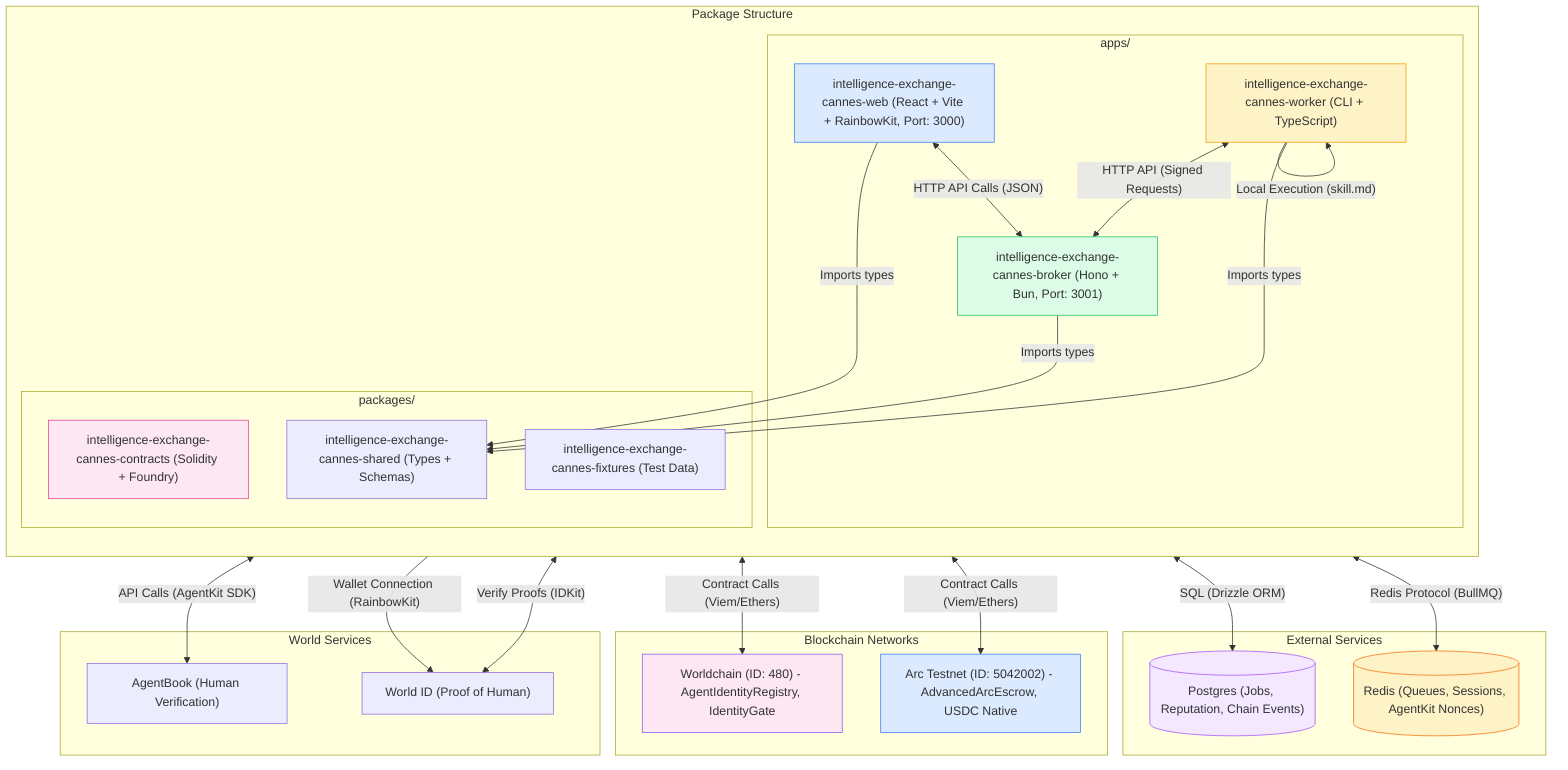
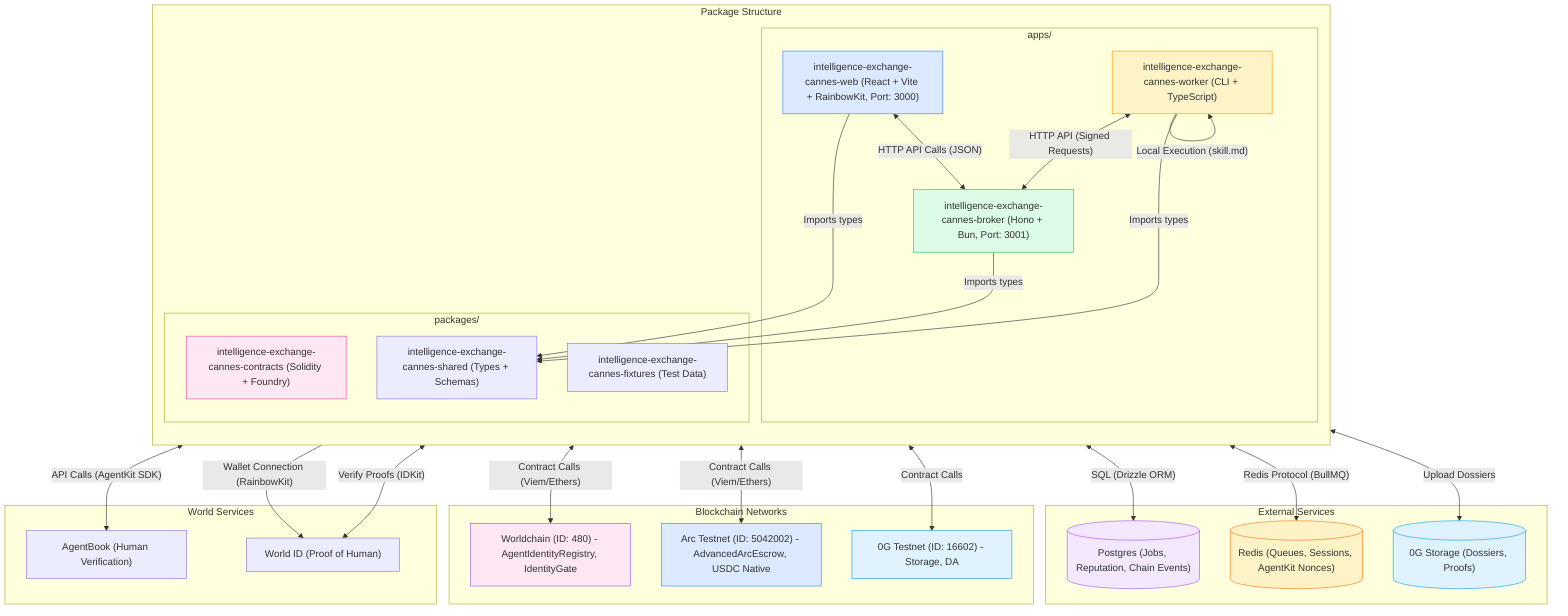
flowchart TB
    subgraph Packages["Package Structure"]
        direction TB

        subgraph Apps["apps/"]
            Web["intelligence-exchange-cannes-web (React + Vite + RainbowKit, Port: 3000)"]
            Broker["intelligence-exchange-cannes-broker (Hono + Bun, Port: 3001)"]
            Worker["intelligence-exchange-cannes-worker (CLI + TypeScript)"]
        end

        subgraph PackagesLib["packages/"]
            Contracts["intelligence-exchange-cannes-contracts (Solidity + Foundry)"]
            Shared["intelligence-exchange-cannes-shared (Types + Schemas)"]
            Fixtures["intelligence-exchange-cannes-fixtures (Test Data)"]
        end
    end

    subgraph External["External Services"]
        Postgres[("Postgres (Jobs, Reputation, Chain Events)")]
        Redis[("Redis (Queues, Sessions, AgentKit Nonces)")]
+         ZeroGStorage[("0G Storage (Dossiers, Proofs)")]
    end

    subgraph Blockchain["Blockchain Networks"]
        Worldchain["Worldchain (ID: 480) - AgentIdentityRegistry, IdentityGate"]
        Arc["Arc Testnet (ID: 5042002) - AdvancedArcEscrow, USDC Native"]
+         ZeroG["0G Testnet (ID: 16602) - Storage, DA"]
    end

    subgraph WorldServices["World Services"]
        AgentBook["AgentBook (Human Verification)"]
        WorldID["World ID (Proof of Human)"]
    end

    Web <-->|"HTTP API Calls (JSON)"| Broker
    Web -->|"Wallet Connection (RainbowKit)"| WorldID

    Worker <-->|"HTTP API (Signed Requests)"| Broker
    Worker -->|"Local Execution (skill.md)"| Worker

    Broker <-->|"SQL (Drizzle ORM)"| Postgres
    Broker <-->|"Redis Protocol (BullMQ)"| Redis
    Broker <-->|"Contract Calls (Viem/Ethers)"| Worldchain
    Broker <-->|"Contract Calls (Viem/Ethers)"| Arc
+     Broker <-->|"Upload Dossiers"| ZeroGStorage
+     Broker <-->|"Contract Calls"| ZeroG
    Broker <-->|"API Calls (AgentKit SDK)"| AgentBook
    Broker <-->|"Verify Proofs (IDKit)"| WorldID

    Web -->|"Imports types"| Shared
    Broker -->|"Imports types"| Shared
    Worker -->|"Imports types"| Shared

    style Web fill:#dbeafe,stroke:#3b82f6
    style Broker fill:#dcfce7,stroke:#22c55e
    style Worker fill:#fef3c7,stroke:#f59e0b
    style Contracts fill:#fce7f3,stroke:#ec4899
    style Postgres fill:#f3e8ff,stroke:#a855f7
    style Redis fill:#fef3c7,stroke:#f97316
+     style ZeroGStorage fill:#e0f2fe,stroke:#0ea5e9
    style Worldchain fill:#fce7f3,stroke:#8b5cf6
    style Arc fill:#dbeafe,stroke:#3b82f6
+     style ZeroG fill:#e0f2fe,stroke:#0ea5e9
